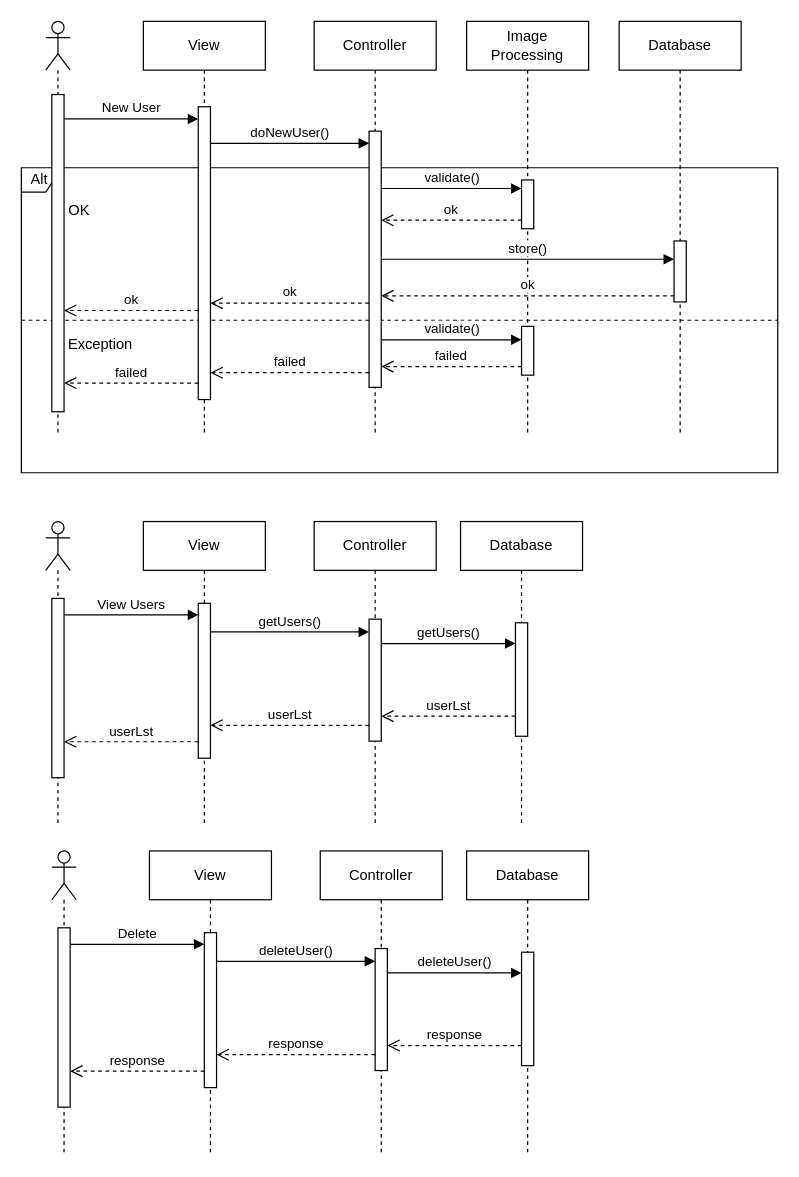
Above: UserSequenceDiagram.drawio in DuckTheMug/image-server-for-iot-entry (draw.io), before the change. Source tidied: cells renumbered, new cells numbered last; positions are measured from the earlier drawing's top-left corner, leaving out a move shared by most shapes. Both pictures are drawn from the tidied source at 122%, with x=0, y=0 at pixel (21, 21).
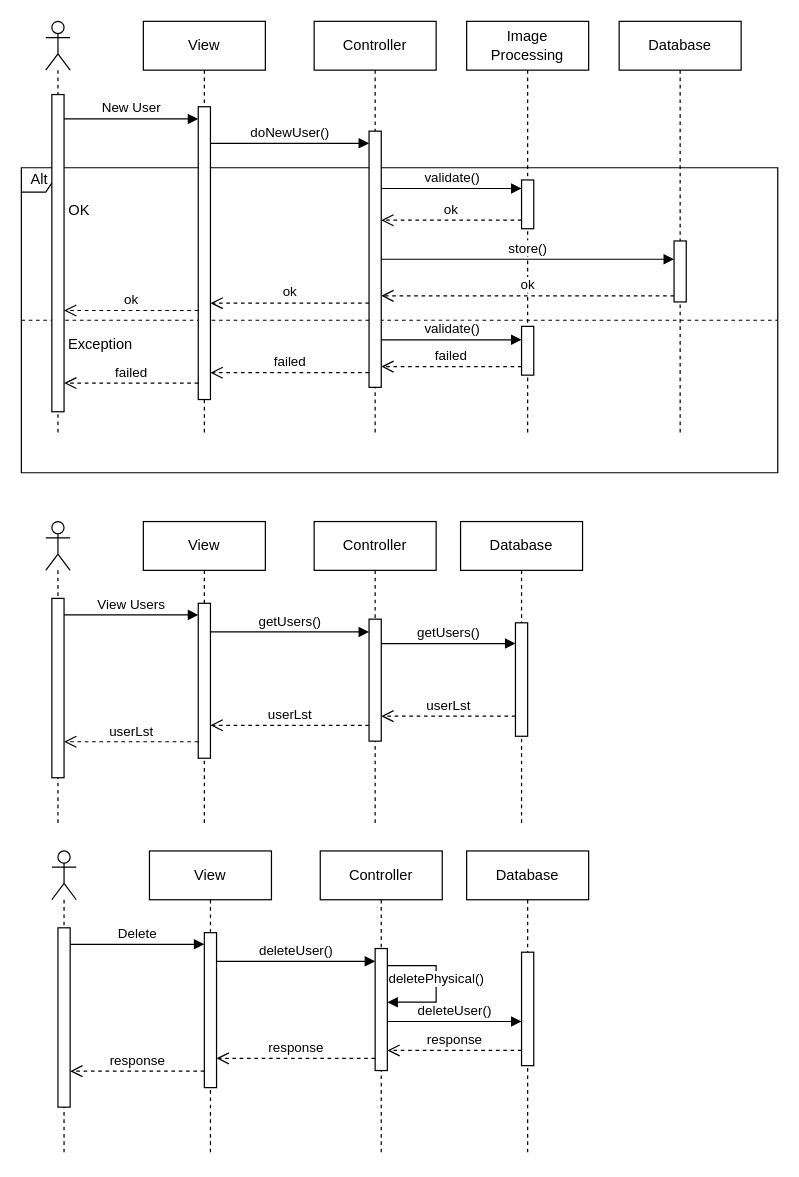
After the change.

The edit, as a diff of the source:
```diff
@@
     <mxCell id="53" value="deleteUser()" style="html=1;verticalAlign=bottom;endArrow=block;curved=0;rounded=0;" parent="1" edge="1">
       <mxGeometry relative="1" as="geometry">
-        <mxPoint x="300" y="780" as="sourcePoint" />
-        <mxPoint x="410" y="780" as="targetPoint" />
+        <mxPoint x="300" y="819.8" as="sourcePoint" />
+        <mxPoint x="410" y="819.8" as="targetPoint" />
       </mxGeometry>
     </mxCell>
     <mxCell id="54" value="response" style="html=1;verticalAlign=bottom;endArrow=open;dashed=1;endSize=8;curved=0;rounded=0;" parent="1" edge="1">
       <mxGeometry relative="1" as="geometry">
-        <mxPoint x="410" y="839.5" as="sourcePoint" />
-        <mxPoint x="300" y="839.5" as="targetPoint" />
+        <mxPoint x="410" y="843.5" as="sourcePoint" />
+        <mxPoint x="300" y="843.5" as="targetPoint" />
       </mxGeometry>
     </mxCell>
     <mxCell id="55" value="response" style="html=1;verticalAlign=bottom;endArrow=open;dashed=1;endSize=8;curved=0;rounded=0;" parent="1" edge="1">
       <mxGeometry relative="1" as="geometry">
-        <mxPoint x="290" y="847" as="sourcePoint" />
-        <mxPoint x="160" y="847" as="targetPoint" />
+        <mxPoint x="290" y="850" as="sourcePoint" />
+        <mxPoint x="160" y="850" as="targetPoint" />
       </mxGeometry>
     </mxCell>
@@
+    <mxCell id="57" value="deletePhysical()" style="html=1;verticalAlign=bottom;endArrow=block;curved=0;rounded=0;" parent="1" edge="1">
+      <mxGeometry x="0.09" relative="1" as="geometry">
+        <mxPoint x="300" y="774" as="sourcePoint" />
+        <mxPoint x="300" y="804" as="targetPoint" />
+        <Array as="points">
+          <mxPoint x="340" y="774" />
+          <mxPoint x="340" y="804" />
+        </Array>
+      </mxGeometry>
+    </mxCell>
```
